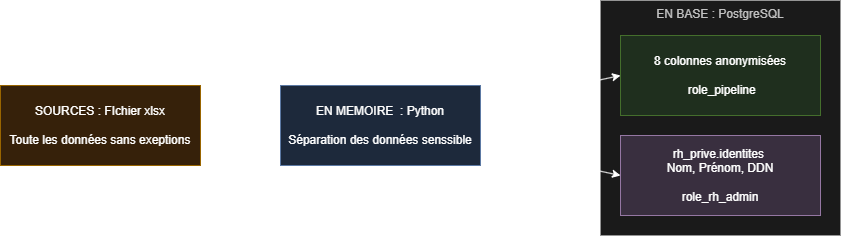
Above: P12_Gerez_un_projet_d_infrastructure_aymeric_bailleul/_orchestration/_docs/ABAI_P12_schema_rgpd.png in merais/formation (draw.io), before the change. Source tidied: cells renumbered, new cells last; positions are measured from the earlier drawing's top-left corner, leaving out a move shared by most shapes. The source it was exported from:
```xml
<mxGraphModel>
  <root>
    <mxCell id="0" />
    <mxCell id="1" parent="0" />
    <mxCell id="2" value="EN BASE : PostgreSQL" style="rounded=0;whiteSpace=wrap;html=1;verticalAlign=top;fillColor=#f5f5f5;fontColor=#333333;strokeColor=#666666;" parent="1" vertex="1">
      <mxGeometry x="600" width="240" height="235" as="geometry" />
    </mxCell>
    <mxCell id="3" style="edgeStyle=orthogonalEdgeStyle;rounded=0;jettySize=auto;html=1;exitX=1;exitY=0.5;exitDx=0;exitDy=0;entryX=0;entryY=0.5;entryDx=0;entryDy=0;" parent="1" edge="1" source="4" target="7">
      <mxGeometry relative="1" as="geometry" />
    </mxCell>
    <mxCell id="4" value="SOURCES :&amp;nbsp;&lt;span style=&quot;background-color: transparent; color: light-dark(rgb(0, 0, 0), rgb(255, 255, 255));&quot;&gt;FIchier xlsx&lt;/span&gt;&lt;div&gt;&lt;br&gt;&lt;/div&gt;&lt;div&gt;Toute les données sans exeptions&lt;/div&gt;" style="rounded=0;whiteSpace=wrap;html=1;fillColor=#ffe6cc;strokeColor=#d79b00;" parent="1" vertex="1">
      <mxGeometry y="85" width="200" height="80" as="geometry" />
    </mxCell>
    <mxCell id="5" value="Colonnes&lt;div&gt;anonymes&lt;/div&gt;" style="rounded=0;jettySize=auto;html=1;exitX=1;exitY=0.75;exitDx=0;exitDy=0;entryX=0;entryY=0.5;entryDx=0;entryDy=0;labelBackgroundColor=none;" parent="1" edge="1" source="7" target="9">
      <mxGeometry relative="1" as="geometry" />
    </mxCell>
    <mxCell id="6" value="Données&lt;div&gt;nominatives&lt;/div&gt;" style="rounded=0;jettySize=auto;html=1;entryX=0;entryY=0.5;entryDx=0;entryDy=0;labelBackgroundColor=none;exitX=1;exitY=0.25;exitDx=0;exitDy=0;" parent="1" edge="1" source="7" target="8">
      <mxGeometry relative="1" as="geometry" />
    </mxCell>
    <mxCell id="7" value="EN MEMOIRE&amp;nbsp; :&amp;nbsp;&lt;span style=&quot;background-color: transparent; color: light-dark(rgb(0, 0, 0), rgb(255, 255, 255));&quot;&gt;Python&lt;/span&gt;&lt;div&gt;&lt;br&gt;&lt;/div&gt;&lt;div&gt;Séparation des données senssible&lt;/div&gt;" style="rounded=0;whiteSpace=wrap;html=1;fillColor=#dae8fc;strokeColor=#6c8ebf;" parent="1" vertex="1">
      <mxGeometry x="280" y="85" width="200" height="80" as="geometry" />
    </mxCell>
    <mxCell id="8" value="&lt;div&gt;&lt;span style=&quot;background-color: transparent; color: light-dark(rgb(0, 0, 0), rgb(255, 255, 255));&quot;&gt;8 colonnes anonymisées&lt;/span&gt;&lt;/div&gt;&lt;div&gt;&lt;br&gt;&lt;/div&gt;&lt;div&gt;&amp;nbsp;role_pipeline&lt;/div&gt;" style="rounded=0;whiteSpace=wrap;html=1;fillColor=#d5e8d4;strokeColor=#82b366;" parent="1" vertex="1">
      <mxGeometry x="620" y="35" width="200" height="80" as="geometry" />
    </mxCell>
    <mxCell id="9" value="&lt;div&gt;&lt;span style=&quot;background-color: transparent; color: light-dark(rgb(0, 0, 0), rgb(255, 255, 255));&quot;&gt;rh_prive.identites&amp;nbsp;&lt;/span&gt;&lt;/div&gt;&lt;div&gt;Nom, Prénom, DDN&lt;/div&gt;&lt;div&gt;&lt;br&gt;&lt;/div&gt;&lt;div&gt;role_rh_admin&lt;/div&gt;" style="rounded=0;whiteSpace=wrap;html=1;fillColor=#e1d5e7;strokeColor=#9673a6;" parent="1" vertex="1">
      <mxGeometry x="620" y="135" width="200" height="80" as="geometry" />
    </mxCell>
  </root>
</mxGraphModel>
```
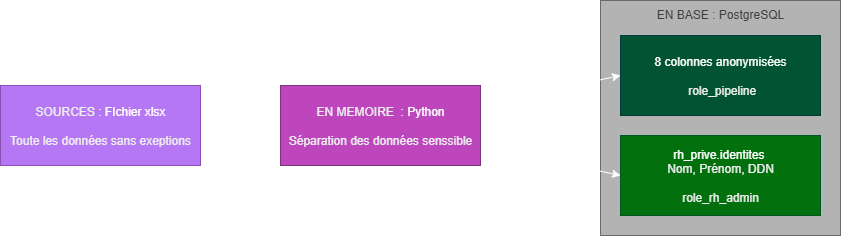
The same diagram one commit later.

The edit, as a diff of the source:
```diff
@@ -2,28 +2,28 @@
   <root>
     <mxCell id="0" />
     <mxCell id="1" parent="0" />
-    <mxCell id="2" value="EN BASE : PostgreSQL" style="rounded=0;whiteSpace=wrap;html=1;verticalAlign=top;fillColor=#f5f5f5;fontColor=#333333;strokeColor=#666666;" parent="1" vertex="1">
+    <mxCell id="2" value="EN BASE : PostgreSQL" style="rounded=0;whiteSpace=wrap;html=1;verticalAlign=top;fillColor=light-dark(#F5F5F5,#B3B3B3);fontColor=#333333;strokeColor=#666666;" parent="1" vertex="1">
       <mxGeometry x="600" width="240" height="235" as="geometry" />
     </mxCell>
     <mxCell id="3" style="edgeStyle=orthogonalEdgeStyle;rounded=0;jettySize=auto;html=1;exitX=1;exitY=0.5;exitDx=0;exitDy=0;entryX=0;entryY=0.5;entryDx=0;entryDy=0;" parent="1" edge="1" source="4" target="7">
       <mxGeometry relative="1" as="geometry" />
     </mxCell>
-    <mxCell id="4" value="SOURCES :&amp;nbsp;&lt;span style=&quot;background-color: transparent; color: light-dark(rgb(0, 0, 0), rgb(255, 255, 255));&quot;&gt;FIchier xlsx&lt;/span&gt;&lt;div&gt;&lt;br&gt;&lt;/div&gt;&lt;div&gt;Toute les données sans exeptions&lt;/div&gt;" style="rounded=0;whiteSpace=wrap;html=1;fillColor=#ffe6cc;strokeColor=#d79b00;" parent="1" vertex="1">
+    <mxCell id="4" value="SOURCES :&amp;nbsp;&lt;span style=&quot;background-color: transparent; color: light-dark(rgb(0, 0, 0), rgb(255, 255, 255));&quot;&gt;FIchier xlsx&lt;/span&gt;&lt;div&gt;&lt;br&gt;&lt;/div&gt;&lt;div&gt;Toute les données sans exeptions&lt;/div&gt;" style="rounded=0;whiteSpace=wrap;html=1;fillColor=#60a917;strokeColor=#2D7600;fontColor=#ffffff;" parent="1" vertex="1">
       <mxGeometry y="85" width="200" height="80" as="geometry" />
     </mxCell>
-    <mxCell id="5" value="Colonnes&lt;div&gt;anonymes&lt;/div&gt;" style="rounded=0;jettySize=auto;html=1;exitX=1;exitY=0.75;exitDx=0;exitDy=0;entryX=0;entryY=0.5;entryDx=0;entryDy=0;labelBackgroundColor=none;" parent="1" edge="1" source="7" target="9">
+    <mxCell id="5" value="Colonnes&lt;div&gt;&lt;span style=&quot;background-color: transparent; color: light-dark(rgb(0, 0, 0), rgb(255, 255, 255));&quot;&gt;nominatives&lt;/span&gt;&lt;/div&gt;" style="rounded=0;jettySize=auto;html=1;exitX=1;exitY=0.75;exitDx=0;exitDy=0;entryX=0;entryY=0.5;entryDx=0;entryDy=0;labelBackgroundColor=none;" parent="1" edge="1" source="7" target="9">
       <mxGeometry relative="1" as="geometry" />
     </mxCell>
-    <mxCell id="6" value="Données&lt;div&gt;nominatives&lt;/div&gt;" style="rounded=0;jettySize=auto;html=1;entryX=0;entryY=0.5;entryDx=0;entryDy=0;labelBackgroundColor=none;exitX=1;exitY=0.25;exitDx=0;exitDy=0;" parent="1" edge="1" source="7" target="8">
+    <mxCell id="6" value="Données&lt;div&gt;anonymes&amp;nbsp;&lt;/div&gt;" style="rounded=0;jettySize=auto;html=1;entryX=0;entryY=0.5;entryDx=0;entryDy=0;labelBackgroundColor=none;exitX=1;exitY=0.25;exitDx=0;exitDy=0;" parent="1" edge="1" source="7" target="8">
       <mxGeometry relative="1" as="geometry" />
     </mxCell>
-    <mxCell id="7" value="EN MEMOIRE&amp;nbsp; :&amp;nbsp;&lt;span style=&quot;background-color: transparent; color: light-dark(rgb(0, 0, 0), rgb(255, 255, 255));&quot;&gt;Python&lt;/span&gt;&lt;div&gt;&lt;br&gt;&lt;/div&gt;&lt;div&gt;Séparation des données senssible&lt;/div&gt;" style="rounded=0;whiteSpace=wrap;html=1;fillColor=#dae8fc;strokeColor=#6c8ebf;" parent="1" vertex="1">
+    <mxCell id="7" value="EN MEMOIRE&amp;nbsp; :&amp;nbsp;&lt;span style=&quot;background-color: transparent; color: light-dark(rgb(0, 0, 0), rgb(255, 255, 255));&quot;&gt;Python&lt;/span&gt;&lt;div&gt;&lt;br&gt;&lt;/div&gt;&lt;div&gt;Séparation des données senssible&lt;/div&gt;" style="rounded=0;whiteSpace=wrap;html=1;fillColor=#008a00;strokeColor=#005700;fontColor=#ffffff;" parent="1" vertex="1">
       <mxGeometry x="280" y="85" width="200" height="80" as="geometry" />
     </mxCell>
-    <mxCell id="8" value="&lt;div&gt;&lt;span style=&quot;background-color: transparent; color: light-dark(rgb(0, 0, 0), rgb(255, 255, 255));&quot;&gt;8 colonnes anonymisées&lt;/span&gt;&lt;/div&gt;&lt;div&gt;&lt;br&gt;&lt;/div&gt;&lt;div&gt;&amp;nbsp;role_pipeline&lt;/div&gt;" style="rounded=0;whiteSpace=wrap;html=1;fillColor=#d5e8d4;strokeColor=#82b366;" parent="1" vertex="1">
+    <mxCell id="8" value="&lt;div&gt;&lt;span style=&quot;background-color: transparent; color: light-dark(rgb(0, 0, 0), rgb(255, 255, 255));&quot;&gt;8 colonnes anonymisées&lt;/span&gt;&lt;/div&gt;&lt;div&gt;&lt;br&gt;&lt;/div&gt;&lt;div&gt;&amp;nbsp;role_pipeline&lt;/div&gt;" style="rounded=0;whiteSpace=wrap;html=1;fillColor=#a20025;strokeColor=#6F0000;fontColor=#ffffff;" parent="1" vertex="1">
       <mxGeometry x="620" y="35" width="200" height="80" as="geometry" />
     </mxCell>
-    <mxCell id="9" value="&lt;div&gt;&lt;span style=&quot;background-color: transparent; color: light-dark(rgb(0, 0, 0), rgb(255, 255, 255));&quot;&gt;rh_prive.identites&amp;nbsp;&lt;/span&gt;&lt;/div&gt;&lt;div&gt;Nom, Prénom, DDN&lt;/div&gt;&lt;div&gt;&lt;br&gt;&lt;/div&gt;&lt;div&gt;role_rh_admin&lt;/div&gt;" style="rounded=0;whiteSpace=wrap;html=1;fillColor=#e1d5e7;strokeColor=#9673a6;" parent="1" vertex="1">
+    <mxCell id="9" value="&lt;div&gt;&lt;span style=&quot;background-color: transparent; color: light-dark(rgb(0, 0, 0), rgb(255, 255, 255));&quot;&gt;rh_prive.identites&amp;nbsp;&lt;/span&gt;&lt;/div&gt;&lt;div&gt;Nom, Prénom, DDN&lt;/div&gt;&lt;div&gt;&lt;br&gt;&lt;/div&gt;&lt;div&gt;role_rh_admin&lt;/div&gt;" style="rounded=0;whiteSpace=wrap;html=1;fillColor=#d80073;strokeColor=#A50040;fontColor=#ffffff;" parent="1" vertex="1">
       <mxGeometry x="620" y="135" width="200" height="80" as="geometry" />
     </mxCell>
   </root>
```
